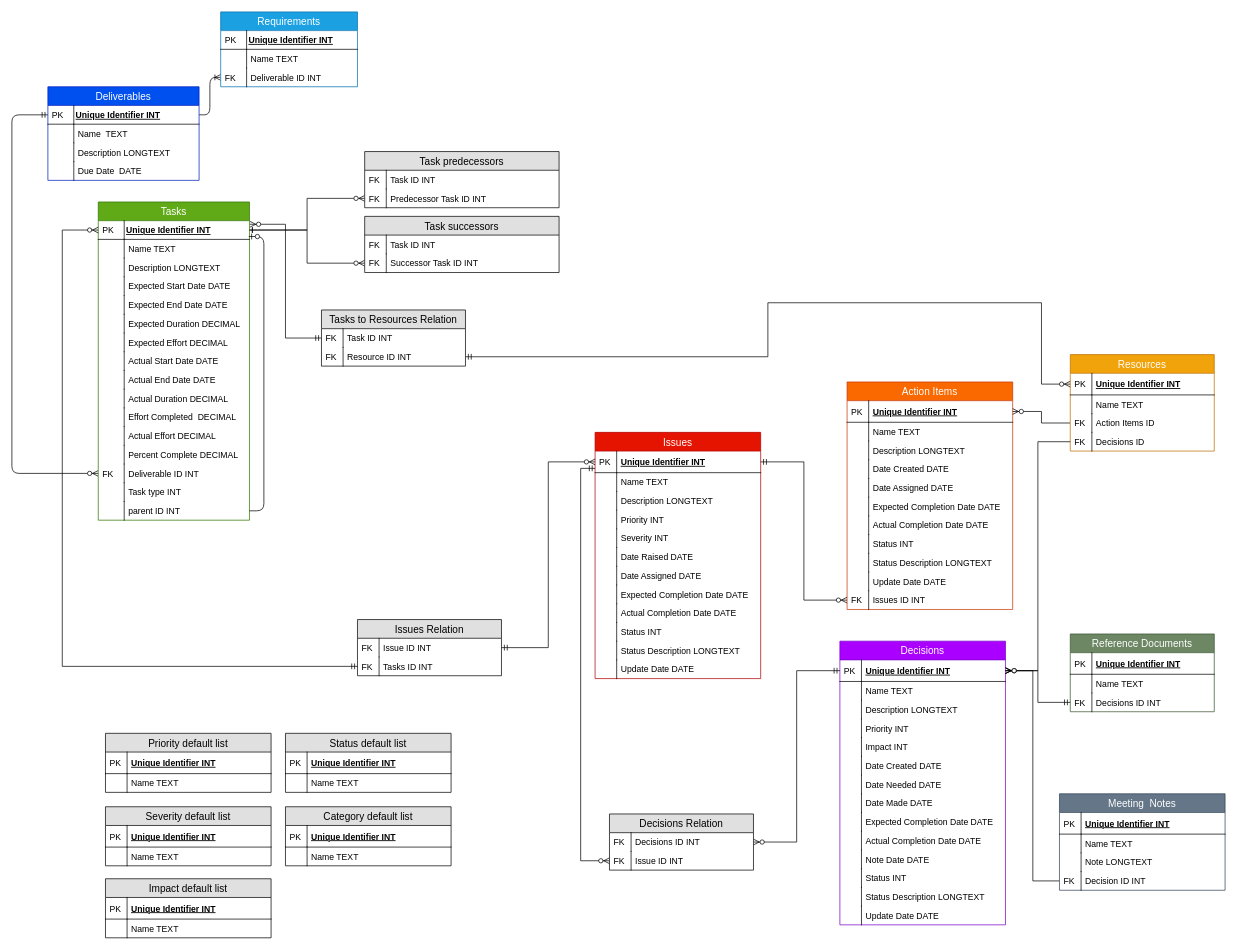
alicebalayan/comp380---project3 keeps this draw.io diagram as diagrams/ERD.drawio. Above is the earlier version. Source tidied: cells renumbered, new cells numbered last; positions are measured from the earlier drawing's top-left corner, leaving out a move shared by most shapes. Both pictures are drawn from the tidied source at 72%, with x=0, y=0 at pixel (12, 12).
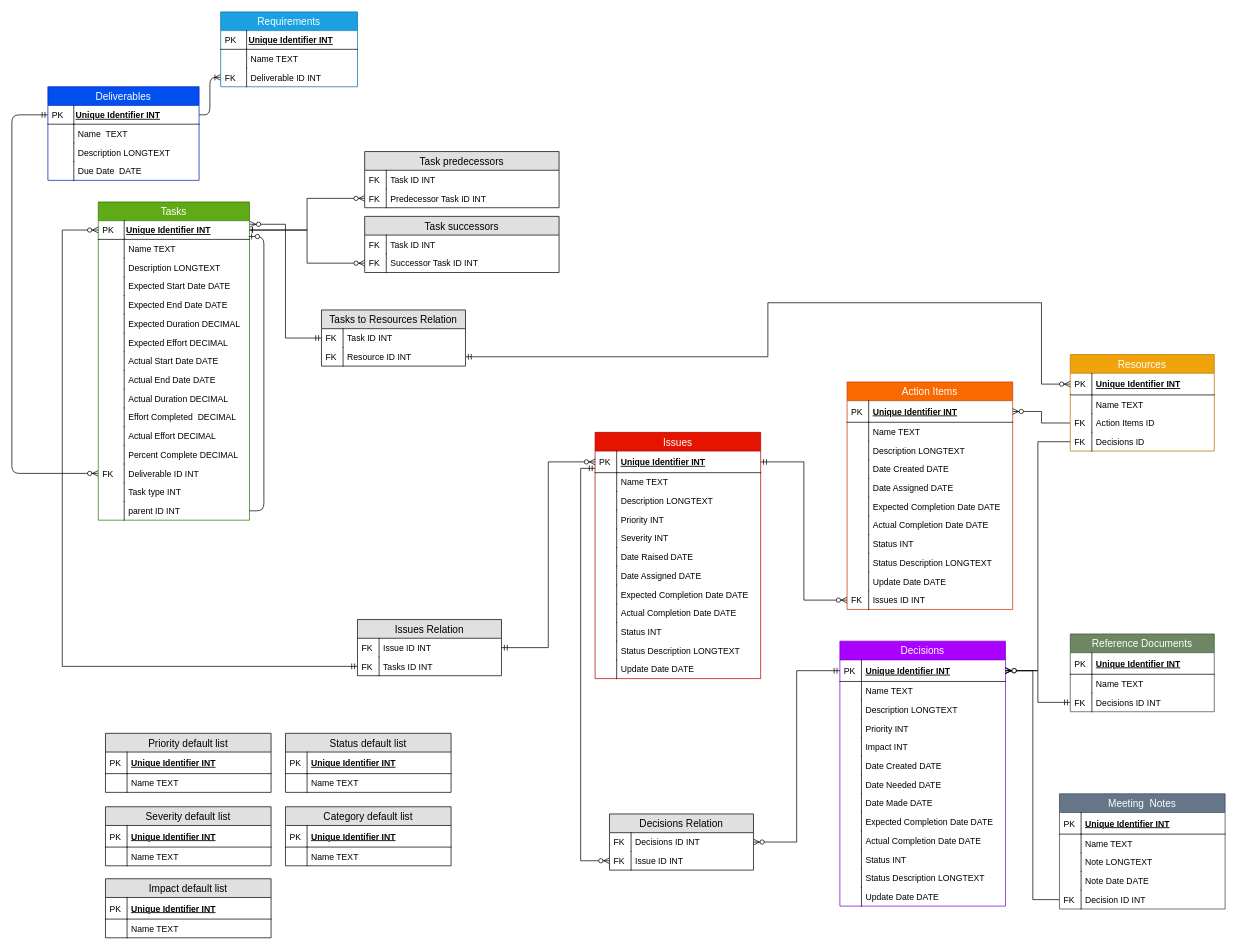
After the change.

The edit, as a diff of the source:
```diff
@@
     <mxCell id="28" value="Decisions" style="swimlane;fontStyle=0;horizontal=1;startSize=26;fillColor=#aa00ff;swimlaneFillColor=#ffffff;align=center;fontSize=14;strokeColor=#7700CC;fontColor=#ffffff;" parent="1" vertex="1">
-      <mxGeometry x="1150" y="874" width="230" height="394" as="geometry" />
+      <mxGeometry x="1150" y="874" width="230" height="368" as="geometry" />
     </mxCell>
@@
-    <mxCell id="49" value="Note Date DATE" style="shape=partialRectangle;top=0;left=0;right=0;bottom=0;align=left;verticalAlign=top;fillColor=none;spacingLeft=34;spacingRight=4;overflow=hidden;fontSize=12;" parent="28" vertex="1">
-      <mxGeometry y="290" width="230" height="26" as="geometry" />
-    </mxCell>
-    <mxCell id="50" style="shape=partialRectangle;top=0;left=0;bottom=0;fillColor=none;align=left;verticalAlign=top;spacingLeft=4;spacingRight=4;overflow=hidden;fontSize=12;" parent="49" vertex="1">
-      <mxGeometry width="30" height="26" as="geometry" />
-    </mxCell>
     <mxCell id="51" value="Status INT" style="shape=partialRectangle;top=0;left=0;right=0;bottom=0;align=left;verticalAlign=top;fillColor=none;spacingLeft=34;spacingRight=4;overflow=hidden;fontSize=12;" parent="28" vertex="1">
-      <mxGeometry y="316" width="230" height="26" as="geometry" />
+      <mxGeometry y="290" width="230" height="26" as="geometry" />
     </mxCell>
@@
     <mxCell id="53" value="Status Description LONGTEXT" style="shape=partialRectangle;top=0;left=0;right=0;bottom=0;align=left;verticalAlign=top;fillColor=none;spacingLeft=34;spacingRight=4;overflow=hidden;fontSize=12;" parent="28" vertex="1">
-      <mxGeometry y="342" width="230" height="26" as="geometry" />
+      <mxGeometry y="316" width="230" height="26" as="geometry" />
     </mxCell>
@@
     <mxCell id="55" value="Update Date DATE" style="shape=partialRectangle;top=0;left=0;right=0;bottom=0;align=left;verticalAlign=top;fillColor=none;spacingLeft=34;spacingRight=4;overflow=hidden;fontSize=12;" parent="28" vertex="1">
-      <mxGeometry y="368" width="230" height="26" as="geometry" />
+      <mxGeometry y="342" width="230" height="26" as="geometry" />
     </mxCell>
@@
     <mxCell id="200" value="Meeting  Notes" style="swimlane;fontStyle=0;horizontal=1;startSize=26;fillColor=#647687;swimlaneFillColor=#ffffff;align=center;fontSize=14;strokeColor=#314354;fontColor=#ffffff;" parent="1" vertex="1">
-      <mxGeometry x="1455" y="1086" width="230" height="134" as="geometry" />
+      <mxGeometry x="1455" y="1086" width="230" height="160" as="geometry" />
     </mxCell>
@@
+    <mxCell id="49" value="Note Date DATE" style="shape=partialRectangle;top=0;left=0;right=0;bottom=0;align=left;verticalAlign=top;fillColor=none;spacingLeft=34;spacingRight=4;overflow=hidden;fontSize=12;" parent="200" vertex="1">
+      <mxGeometry y="108" width="230" height="26" as="geometry" />
+    </mxCell>
+    <mxCell id="50" style="shape=partialRectangle;top=0;left=0;bottom=0;fillColor=none;align=left;verticalAlign=top;spacingLeft=4;spacingRight=4;overflow=hidden;fontSize=12;" parent="49" vertex="1">
+      <mxGeometry width="30" height="26" as="geometry" />
+    </mxCell>
     <mxCell id="207" value="Decision ID INT" style="shape=partialRectangle;top=0;left=0;right=0;bottom=0;align=left;verticalAlign=top;fillColor=none;spacingLeft=34;spacingRight=4;overflow=hidden;points=[[0,0.5],[1,0.5]];portConstraint=eastwest;fontSize=12;" parent="200" vertex="1">
-      <mxGeometry y="108" width="230" height="26" as="geometry" />
+      <mxGeometry y="134" width="230" height="26" as="geometry" />
     </mxCell>
```
